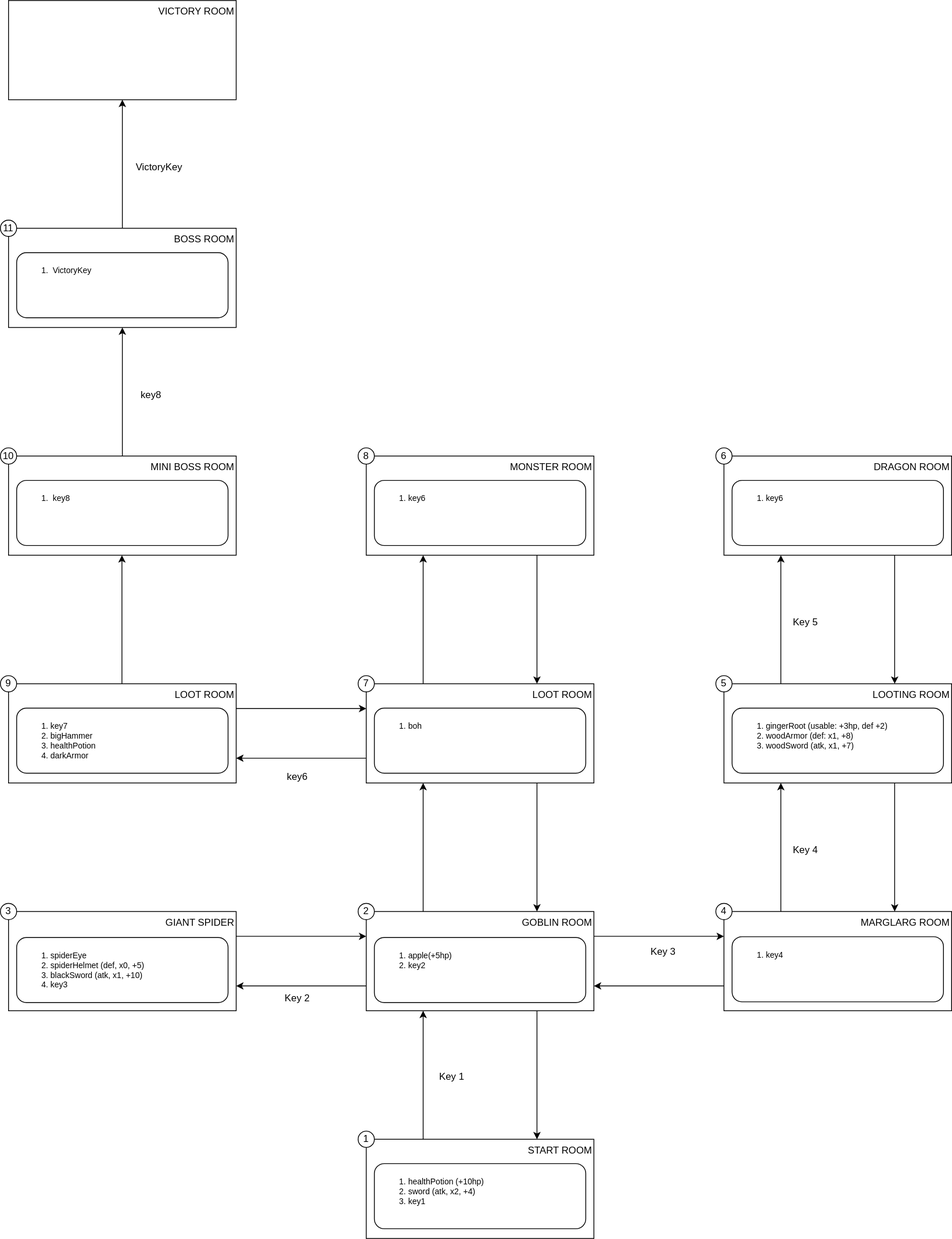
This is docs/media/map.drawio.svg from AlessioChecchin/text_adventure, a draw.io export, as it was before one commit. Source tidied: cells renumbered, new cells last; positions are measured from the earlier drawing's top-left corner, leaving out a move shared by most shapes.
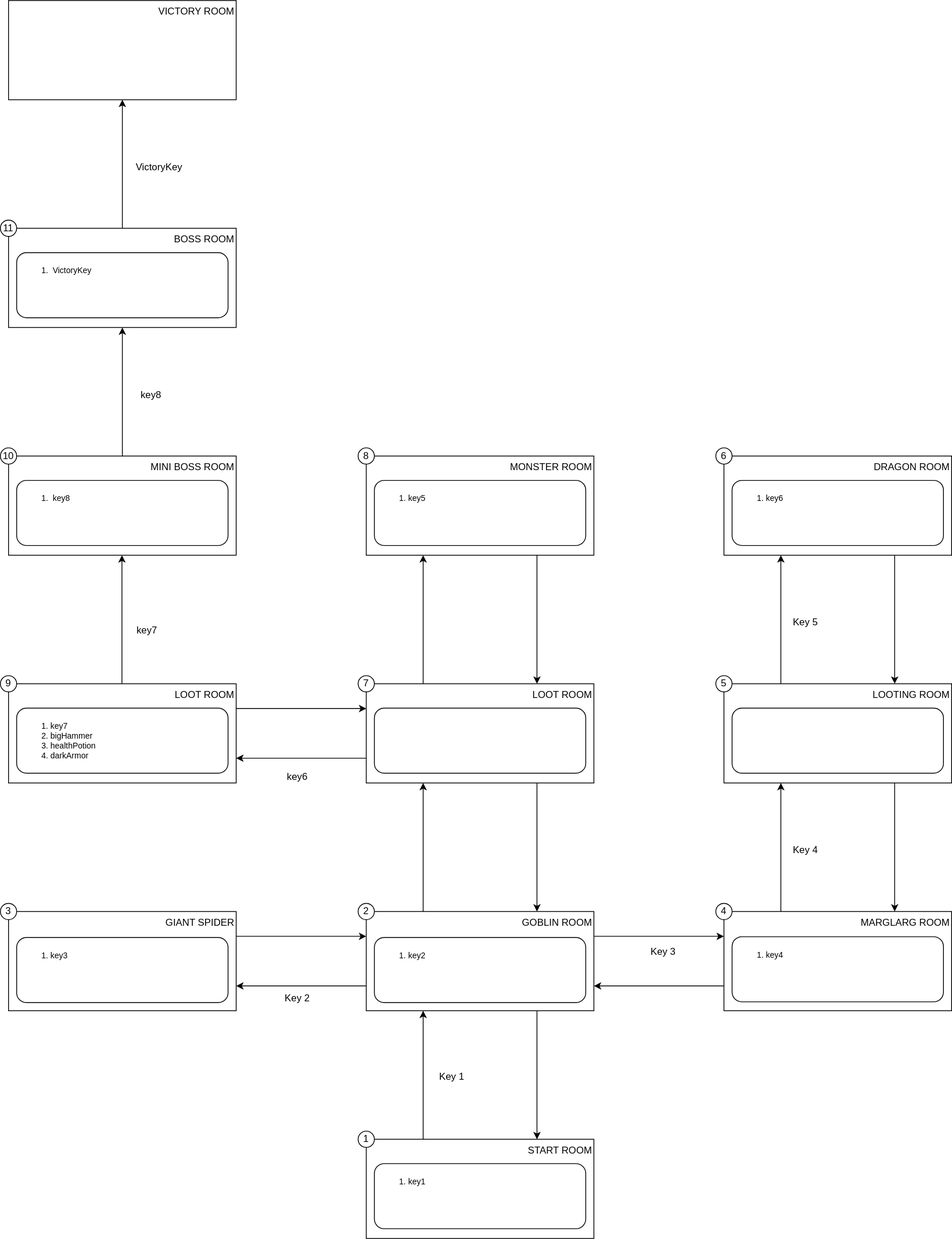
The same diagram one commit later.

Change to the diagram source:
```diff
@@ -143,28 +143,28 @@
     <mxCell id="47" value="11" style="ellipse;whiteSpace=wrap;html=1;" parent="1" vertex="1">
       <mxGeometry y="270" width="20" height="20" as="geometry" />
     </mxCell>
-    <mxCell id="48" value="&lt;ol style=&quot;font-size: 10px;&quot;&gt;&lt;li style=&quot;font-size: 10px;&quot;&gt;healthPotion (+10hp)&lt;/li&gt;&lt;li style=&quot;font-size: 10px;&quot;&gt;sword (atk, x2, +4)&lt;/li&gt;&lt;li style=&quot;font-size: 10px;&quot;&gt;key1&lt;/li&gt;&lt;/ol&gt;" style="rounded=1;whiteSpace=wrap;html=1;align=left;verticalAlign=top;fontSize=10;" parent="1" vertex="1">
+    <mxCell id="48" value="&lt;ol style=&quot;font-size: 10px;&quot;&gt;&lt;li style=&quot;font-size: 10px;&quot;&gt;key1&lt;/li&gt;&lt;/ol&gt;" style="rounded=1;whiteSpace=wrap;html=1;align=left;verticalAlign=top;fontSize=10;" parent="1" vertex="1">
       <mxGeometry x="460" y="1430" width="260" height="80" as="geometry" />
     </mxCell>
-    <mxCell id="49" value="&lt;ol style=&quot;font-size: 10px;&quot;&gt;&lt;li&gt;apple(+5hp)&lt;/li&gt;&lt;li&gt;key2&lt;/li&gt;&lt;/ol&gt;" style="rounded=1;whiteSpace=wrap;html=1;align=left;verticalAlign=top;" parent="1" vertex="1">
+    <mxCell id="49" value="&lt;ol style=&quot;font-size: 10px;&quot;&gt;&lt;li&gt;key2&lt;/li&gt;&lt;/ol&gt;" style="rounded=1;whiteSpace=wrap;html=1;align=left;verticalAlign=top;" parent="1" vertex="1">
       <mxGeometry x="460" y="1152" width="260" height="80" as="geometry" />
     </mxCell>
-    <mxCell id="50" value="&lt;ol style=&quot;font-size: 10px;&quot;&gt;&lt;li&gt;&lt;font style=&quot;font-size: 10px;&quot;&gt;spiderEye&lt;/font&gt;&lt;/li&gt;&lt;li&gt;&lt;font style=&quot;font-size: 10px;&quot;&gt;spiderHelmet (def, x0, +5)&lt;/font&gt;&lt;/li&gt;&lt;li&gt;&lt;font style=&quot;font-size: 10px;&quot;&gt;blackSword (atk, x1, +10)&lt;/font&gt;&lt;/li&gt;&lt;li&gt;&lt;font style=&quot;font-size: 10px;&quot;&gt;key3&lt;/font&gt;&lt;/li&gt;&lt;/ol&gt;" style="rounded=1;whiteSpace=wrap;html=1;align=left;verticalAlign=top;" parent="1" vertex="1">
+    <mxCell id="50" value="&lt;ol style=&quot;font-size: 10px;&quot;&gt;&lt;li&gt;&lt;font style=&quot;font-size: 10px;&quot;&gt;key3&lt;/font&gt;&lt;/li&gt;&lt;/ol&gt;" style="rounded=1;whiteSpace=wrap;html=1;align=left;verticalAlign=top;" parent="1" vertex="1">
       <mxGeometry x="20" y="1152" width="260" height="80" as="geometry" />
     </mxCell>
     <mxCell id="51" value="&lt;ol style=&quot;font-size: 10px;&quot;&gt;&lt;li&gt;key4&lt;/li&gt;&lt;/ol&gt;" style="rounded=1;whiteSpace=wrap;html=1;align=left;verticalAlign=top;" parent="1" vertex="1">
       <mxGeometry x="900" y="1151" width="260" height="80" as="geometry" />
     </mxCell>
-    <mxCell id="52" value="&lt;ol style=&quot;font-size: 10px;&quot;&gt;&lt;li&gt;gingerRoot (usable: +3hp, def +2)&lt;/li&gt;&lt;li&gt;woodArmor (def: x1, +8)&lt;/li&gt;&lt;li&gt;woodSword (atk, x1, +7)&lt;/li&gt;&lt;/ol&gt;" style="rounded=1;whiteSpace=wrap;html=1;align=left;verticalAlign=top;" parent="1" vertex="1">
+    <mxCell id="52" value="&lt;div&gt;&lt;span style=&quot;font-size: 10px;&quot;&gt;&lt;br&gt;&lt;/span&gt;&lt;/div&gt;" style="rounded=1;whiteSpace=wrap;html=1;align=left;verticalAlign=top;" parent="1" vertex="1">
       <mxGeometry x="900" y="870" width="260" height="80" as="geometry" />
     </mxCell>
     <mxCell id="53" value="&lt;ol style=&quot;font-size: 10px;&quot;&gt;&lt;li&gt;key6&lt;/li&gt;&lt;/ol&gt;" style="rounded=1;whiteSpace=wrap;html=1;align=left;verticalAlign=top;" parent="1" vertex="1">
       <mxGeometry x="900" y="590" width="260" height="80" as="geometry" />
     </mxCell>
-    <mxCell id="54" value="&lt;ol style=&quot;font-size: 10px;&quot;&gt;&lt;li&gt;boh&lt;/li&gt;&lt;/ol&gt;" style="rounded=1;whiteSpace=wrap;html=1;align=left;verticalAlign=top;" parent="1" vertex="1">
+    <mxCell id="54" value="&lt;div&gt;&lt;span style=&quot;font-size: 10px;&quot;&gt;&lt;br&gt;&lt;/span&gt;&lt;/div&gt;" style="rounded=1;whiteSpace=wrap;html=1;align=left;verticalAlign=top;" parent="1" vertex="1">
       <mxGeometry x="460" y="870" width="260" height="80" as="geometry" />
     </mxCell>
-    <mxCell id="55" value="&lt;ol style=&quot;font-size: 10px;&quot;&gt;&lt;li&gt;key6&lt;/li&gt;&lt;/ol&gt;" style="rounded=1;whiteSpace=wrap;html=1;align=left;verticalAlign=top;" parent="1" vertex="1">
+    <mxCell id="55" value="&lt;ol style=&quot;font-size: 10px;&quot;&gt;&lt;li&gt;key5&lt;/li&gt;&lt;/ol&gt;" style="rounded=1;whiteSpace=wrap;html=1;align=left;verticalAlign=top;" parent="1" vertex="1">
       <mxGeometry x="460" y="590" width="260" height="80" as="geometry" />
     </mxCell>
     <mxCell id="56" value="key6" style="text;html=1;align=center;verticalAlign=middle;strokeColor=none;fillColor=none;" parent="1" vertex="1">
@@ -188,5 +188,8 @@
     <mxCell id="62" value="VictoryKey" style="text;html=1;align=center;verticalAlign=middle;strokeColor=none;fillColor=none;" parent="1" vertex="1">
       <mxGeometry x="155" y="190" width="80" height="30" as="geometry" />
     </mxCell>
+    <mxCell id="63" value="key7" style="text;html=1;align=center;verticalAlign=middle;strokeColor=none;fillColor=none;" parent="1" vertex="1">
+      <mxGeometry x="155" y="760" width="50" height="30" as="geometry" />
+    </mxCell>
   </root>
 </mxGraphModel>
```
